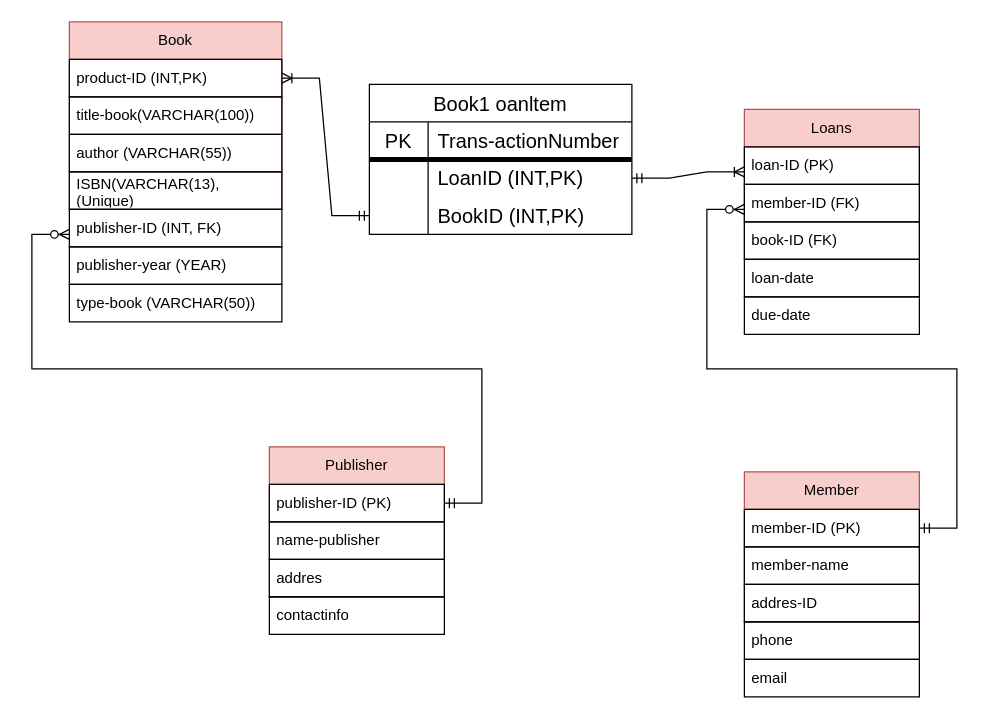
Mayar-ALsanabrah/LMS keeps this draw.io diagram as page "Logical Model" (2 of 2) of Library Management System Design .drawio. Above is the earlier version. Source tidied: cells renumbered, new cells numbered last; positions are measured from the earlier drawing's top-left corner, leaving out a move shared by most shapes. Both pictures are drawn from the tidied source at 125%, with x=0, y=0 at pixel (69, 21).
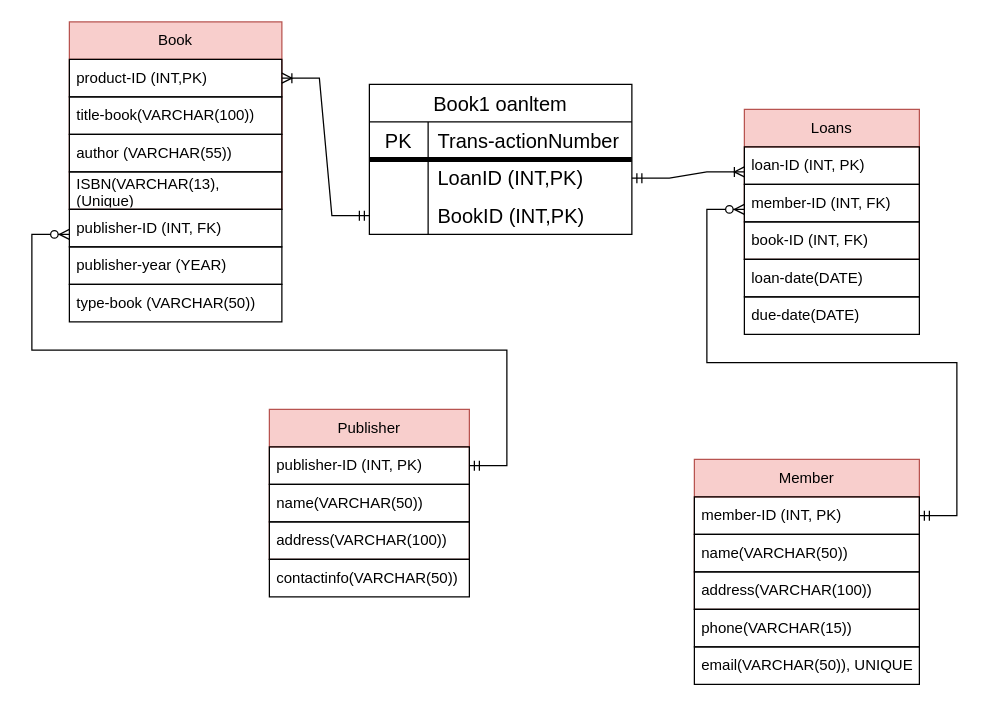
The same diagram, later.

Unchanged cells that the change refers to:
```xml
<mxCell id="15" value="Loans" style="swimlane;fontStyle=0;horizontal=1;startSize=30;whiteSpace=wrap;html=1;fillColor=#f8cecc;strokeColor=#b85450;" parent="1" vertex="1">
  <mxGeometry x="540" y="70" width="140" height="120" as="geometry" />
</mxCell>
```

Change to the diagram source:
```diff
@@
     <mxCell id="9" value="Member" style="swimlane;fontStyle=0;horizontal=1;startSize=30;whiteSpace=wrap;html=1;fillColor=#f8cecc;strokeColor=#b85450;" parent="1" vertex="1">
-      <mxGeometry x="540" y="360" width="140" height="120" as="geometry" />
+      <mxGeometry x="500" y="350" width="180" height="120" as="geometry" />
     </mxCell>
-    <mxCell id="10" value="member-ID (PK)" style="text;strokeColor=default;fillColor=none;align=left;verticalAlign=middle;spacingLeft=4;spacingRight=4;overflow=hidden;points=[[0,0.5],[1,0.5]];portConstraint=eastwest;whiteSpace=wrap;html=1;" parent="9" vertex="1">
-      <mxGeometry y="30" width="140" height="30" as="geometry" />
+    <mxCell id="10" value="member-ID (INT, PK)" style="text;strokeColor=default;fillColor=none;align=left;verticalAlign=middle;spacingLeft=4;spacingRight=4;overflow=hidden;points=[[0,0.5],[1,0.5]];portConstraint=eastwest;whiteSpace=wrap;html=1;" parent="9" vertex="1">
+      <mxGeometry y="30" width="180" height="30" as="geometry" />
     </mxCell>
-    <mxCell id="11" value="member-name" style="text;strokeColor=default;fillColor=none;align=left;verticalAlign=middle;spacingLeft=4;spacingRight=4;overflow=hidden;whiteSpace=wrap;html=1;" parent="9" vertex="1">
-      <mxGeometry y="60" width="140" height="30" as="geometry" />
+    <mxCell id="11" value="name(VARCHAR(50))" style="text;strokeColor=default;fillColor=none;align=left;verticalAlign=middle;spacingLeft=4;spacingRight=4;overflow=hidden;whiteSpace=wrap;html=1;" parent="9" vertex="1">
+      <mxGeometry y="60" width="180" height="30" as="geometry" />
     </mxCell>
-    <mxCell id="12" value="addres-ID" style="text;strokeColor=default;fillColor=none;align=left;verticalAlign=middle;spacingLeft=4;spacingRight=4;overflow=hidden;whiteSpace=wrap;html=1;" parent="9" vertex="1">
-      <mxGeometry y="90" width="140" height="30" as="geometry" />
+    <mxCell id="12" value="address(VARCHAR(100))" style="text;strokeColor=default;fillColor=none;align=left;verticalAlign=middle;spacingLeft=4;spacingRight=4;overflow=hidden;whiteSpace=wrap;html=1;" parent="9" vertex="1">
+      <mxGeometry y="90" width="180" height="30" as="geometry" />
     </mxCell>
-    <mxCell id="13" value="phone" style="text;strokeColor=default;fillColor=none;align=left;verticalAlign=middle;spacingLeft=4;spacingRight=4;overflow=hidden;whiteSpace=wrap;html=1;" parent="1" vertex="1">
-      <mxGeometry x="540" y="480" width="140" height="30" as="geometry" />
+    <mxCell id="13" value="phone(VARCHAR(15))" style="text;strokeColor=default;fillColor=none;align=left;verticalAlign=middle;spacingLeft=4;spacingRight=4;overflow=hidden;whiteSpace=wrap;html=1;" parent="1" vertex="1">
+      <mxGeometry x="500" y="470" width="180" height="30" as="geometry" />
     </mxCell>
-    <mxCell id="14" value="email" style="text;strokeColor=default;fillColor=none;align=left;verticalAlign=middle;spacingLeft=4;spacingRight=4;overflow=hidden;whiteSpace=wrap;html=1;" parent="1" vertex="1">
-      <mxGeometry x="540" y="510" width="140" height="30" as="geometry" />
+    <mxCell id="14" value="email(VARCHAR(50)), UNIQUE" style="text;strokeColor=default;fillColor=none;align=left;verticalAlign=middle;spacingLeft=4;spacingRight=4;overflow=hidden;whiteSpace=wrap;html=1;" parent="1" vertex="1">
+      <mxGeometry x="500" y="500" width="180" height="30" as="geometry" />
     </mxCell>
@@
-    <mxCell id="16" value="loan-ID (PK)" style="text;strokeColor=default;fillColor=none;align=left;verticalAlign=middle;spacingLeft=4;spacingRight=4;overflow=hidden;whiteSpace=wrap;html=1;" parent="15" vertex="1">
+    <mxCell id="16" value="loan-ID (INT, PK)" style="text;strokeColor=default;fillColor=none;align=left;verticalAlign=middle;spacingLeft=4;spacingRight=4;overflow=hidden;whiteSpace=wrap;html=1;" parent="15" vertex="1">
       <mxGeometry y="30" width="140" height="30" as="geometry" />
     </mxCell>
-    <mxCell id="17" value="member-ID (FK)" style="text;strokeColor=default;fillColor=none;align=left;verticalAlign=middle;spacingLeft=4;spacingRight=4;overflow=hidden;whiteSpace=wrap;html=1;" parent="15" vertex="1">
+    <mxCell id="17" value="member-ID (INT, FK)" style="text;strokeColor=default;fillColor=none;align=left;verticalAlign=middle;spacingLeft=4;spacingRight=4;overflow=hidden;whiteSpace=wrap;html=1;" parent="15" vertex="1">
       <mxGeometry y="60" width="140" height="30" as="geometry" />
     </mxCell>
-    <mxCell id="18" value="book-ID (FK)" style="text;strokeColor=default;fillColor=none;align=left;verticalAlign=middle;spacingLeft=4;spacingRight=4;overflow=hidden;whiteSpace=wrap;html=1;" parent="15" vertex="1">
+    <mxCell id="18" value="book-ID (INT, FK)" style="text;strokeColor=default;fillColor=none;align=left;verticalAlign=middle;spacingLeft=4;spacingRight=4;overflow=hidden;whiteSpace=wrap;html=1;" parent="15" vertex="1">
       <mxGeometry y="90" width="140" height="30" as="geometry" />
     </mxCell>
-    <mxCell id="19" value="loan-date" style="text;strokeColor=default;fillColor=none;align=left;verticalAlign=middle;spacingLeft=4;spacingRight=4;overflow=hidden;whiteSpace=wrap;html=1;" parent="1" vertex="1">
+    <mxCell id="19" value="loan-date(DATE)" style="text;strokeColor=default;fillColor=none;align=left;verticalAlign=middle;spacingLeft=4;spacingRight=4;overflow=hidden;whiteSpace=wrap;html=1;" parent="1" vertex="1">
       <mxGeometry x="540" y="190" width="140" height="30" as="geometry" />
     </mxCell>
-    <mxCell id="20" value="due-date" style="text;strokeColor=default;fillColor=none;align=left;verticalAlign=middle;spacingLeft=4;spacingRight=4;overflow=hidden;whiteSpace=wrap;html=1;" parent="1" vertex="1">
+    <mxCell id="20" value="due-date(DATE)" style="text;strokeColor=default;fillColor=none;align=left;verticalAlign=middle;spacingLeft=4;spacingRight=4;overflow=hidden;whiteSpace=wrap;html=1;" parent="1" vertex="1">
       <mxGeometry x="540" y="220" width="140" height="30" as="geometry" />
     </mxCell>
     <mxCell id="21" value="Publisher" style="swimlane;fontStyle=0;horizontal=1;startSize=30;whiteSpace=wrap;html=1;fillColor=#f8cecc;strokeColor=#b85450;" parent="1" vertex="1">
-      <mxGeometry x="160" y="340" width="140" height="120" as="geometry" />
+      <mxGeometry x="160" y="310" width="160" height="120" as="geometry" />
     </mxCell>
-    <mxCell id="22" value="publisher-ID (PK)" style="text;strokeColor=default;fillColor=none;align=left;verticalAlign=middle;spacingLeft=4;spacingRight=4;overflow=hidden;points=[[0,0.5],[1,0.5]];portConstraint=eastwest;whiteSpace=wrap;html=1;" parent="21" vertex="1">
-      <mxGeometry y="30" width="140" height="30" as="geometry" />
+    <mxCell id="22" value="publisher-ID (INT, PK)" style="text;strokeColor=default;fillColor=none;align=left;verticalAlign=middle;spacingLeft=4;spacingRight=4;overflow=hidden;points=[[0,0.5],[1,0.5]];portConstraint=eastwest;whiteSpace=wrap;html=1;" parent="21" vertex="1">
+      <mxGeometry y="30" width="160" height="30" as="geometry" />
     </mxCell>
-    <mxCell id="23" value="name-publisher" style="text;strokeColor=default;fillColor=none;align=left;verticalAlign=middle;spacingLeft=4;spacingRight=4;overflow=hidden;whiteSpace=wrap;html=1;" parent="21" vertex="1">
-      <mxGeometry y="60" width="140" height="30" as="geometry" />
+    <mxCell id="23" value="name(VARCHAR(50))" style="text;strokeColor=default;fillColor=none;align=left;verticalAlign=middle;spacingLeft=4;spacingRight=4;overflow=hidden;whiteSpace=wrap;html=1;" parent="21" vertex="1">
+      <mxGeometry y="60" width="160" height="30" as="geometry" />
     </mxCell>
-    <mxCell id="24" value="addres" style="text;strokeColor=default;fillColor=none;align=left;verticalAlign=middle;spacingLeft=4;spacingRight=4;overflow=hidden;whiteSpace=wrap;html=1;" parent="21" vertex="1">
-      <mxGeometry y="90" width="140" height="30" as="geometry" />
+    <mxCell id="24" value="address(VARCHAR(100))" style="text;strokeColor=default;fillColor=none;align=left;verticalAlign=middle;spacingLeft=4;spacingRight=4;overflow=hidden;whiteSpace=wrap;html=1;" parent="21" vertex="1">
+      <mxGeometry y="90" width="160" height="30" as="geometry" />
     </mxCell>
-    <mxCell id="25" value="contactinfo" style="text;strokeColor=default;fillColor=none;align=left;verticalAlign=middle;spacingLeft=4;spacingRight=4;overflow=hidden;whiteSpace=wrap;html=1;" parent="1" vertex="1">
-      <mxGeometry x="160" y="460" width="140" height="30" as="geometry" />
+    <mxCell id="25" value="contactinfo(VARCHAR(50))" style="text;strokeColor=default;fillColor=none;align=left;verticalAlign=middle;spacingLeft=4;spacingRight=4;overflow=hidden;whiteSpace=wrap;html=1;" parent="1" vertex="1">
+      <mxGeometry x="160" y="430" width="160" height="30" as="geometry" />
     </mxCell>
```
